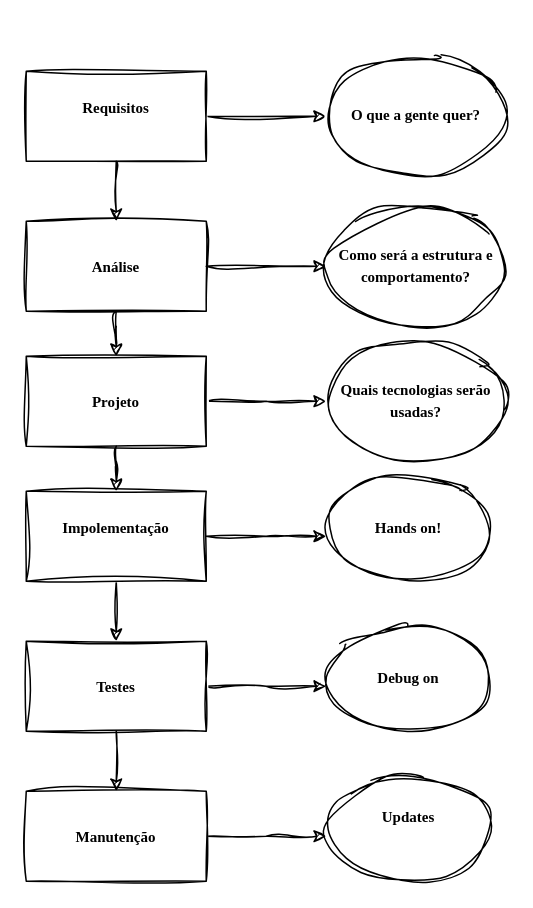
The draw.io diagram project-esp32nativesense.drawio in r0bertgabriel/ESP32NativeSense, before the edit. Source tidied: cells renumbered, new cells numbered last; positions are measured from the earlier drawing's top-left corner, leaving out a move shared by most shapes. Both pictures are drawn from the tidied source at 150%, with x=0, y=0 at pixel (26, 56).
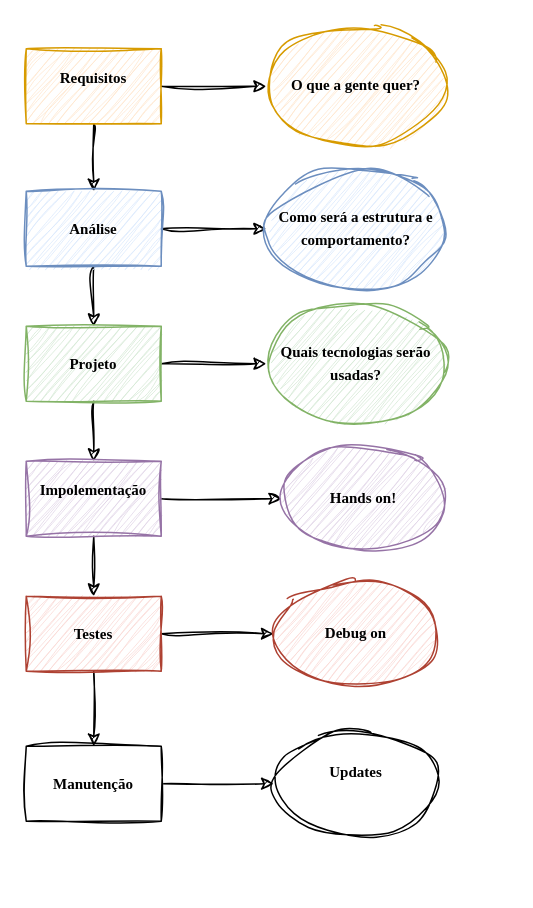
The same page after the edit.

What changed in the source:
```diff
@@
-    <mxCell id="4" value="Requisitos&lt;div&gt;&lt;br&gt;&lt;/div&gt;" style="rounded=0;whiteSpace=wrap;html=1;sketch=1;curveFitting=1;jiggle=2;labelBackgroundColor=none;fontFamily=Garamond;fontSize=10;fontStyle=1;" parent="1" vertex="1">
-      <mxGeometry y="10" width="120" height="60" as="geometry" />
+    <mxCell id="4" value="Requisitos&lt;div&gt;&lt;br&gt;&lt;/div&gt;" style="rounded=0;whiteSpace=wrap;html=1;sketch=1;curveFitting=1;jiggle=2;labelBackgroundColor=none;fontFamily=Garamond;fontSize=10;fontStyle=1;fillColor=#ffe6cc;strokeColor=#d79b00;" parent="1" vertex="1">
+      <mxGeometry y="-5" width="90" height="50" as="geometry" />
     </mxCell>
@@
-    <mxCell id="7" value="Análise" style="rounded=0;whiteSpace=wrap;html=1;sketch=1;curveFitting=1;jiggle=2;labelBackgroundColor=none;fontFamily=Garamond;fontSize=10;fontStyle=1;" parent="1" vertex="1">
-      <mxGeometry y="110" width="120" height="60" as="geometry" />
+    <mxCell id="7" value="Análise" style="rounded=0;whiteSpace=wrap;html=1;sketch=1;curveFitting=1;jiggle=2;labelBackgroundColor=none;fontFamily=Garamond;fontSize=10;fontStyle=1;fillColor=#dae8fc;strokeColor=#6c8ebf;" parent="1" vertex="1">
+      <mxGeometry y="90" width="90" height="50" as="geometry" />
     </mxCell>
@@
-    <mxCell id="9" style="edgeStyle=orthogonalEdgeStyle;rounded=0;sketch=1;hachureGap=4;jiggle=2;curveFitting=1;jettySize=auto;html=1;fontFamily=Architects Daughter;" parent="1" edge="1" source="10">
-      <mxGeometry relative="1" as="geometry">
-        <mxPoint x="200" y="230" as="targetPoint" />
-      </mxGeometry>
+    <mxCell id="9" style="edgeStyle=orthogonalEdgeStyle;rounded=0;sketch=1;hachureGap=4;jiggle=2;curveFitting=1;jettySize=auto;html=1;fontFamily=Architects Daughter;entryX=0;entryY=0.5;entryDx=0;entryDy=0;" parent="1" edge="1" source="10" target="21">
+      <mxGeometry relative="1" as="geometry" />
     </mxCell>
-    <mxCell id="10" value="Projeto" style="rounded=0;whiteSpace=wrap;html=1;sketch=1;curveFitting=1;jiggle=2;labelBackgroundColor=none;fontFamily=Garamond;fontSize=10;fontStyle=1;" parent="1" vertex="1">
-      <mxGeometry y="200" width="120" height="60" as="geometry" />
+    <mxCell id="10" value="Projeto" style="rounded=0;whiteSpace=wrap;html=1;sketch=1;curveFitting=1;jiggle=2;labelBackgroundColor=none;fontFamily=Garamond;fontSize=10;fontStyle=1;fillColor=#d5e8d4;strokeColor=#82b366;" parent="1" vertex="1">
+      <mxGeometry y="180" width="90" height="50" as="geometry" />
     </mxCell>
@@
-    <mxCell id="12" style="edgeStyle=orthogonalEdgeStyle;rounded=0;sketch=1;hachureGap=4;jiggle=2;curveFitting=1;jettySize=auto;html=1;fontFamily=Architects Daughter;" parent="1" edge="1" source="13">
-      <mxGeometry relative="1" as="geometry">
-        <mxPoint x="200" y="320" as="targetPoint" />
-      </mxGeometry>
-    </mxCell>
+    <mxCell id="25" style="edgeStyle=orthogonalEdgeStyle;rounded=0;sketch=1;hachureGap=4;jiggle=2;curveFitting=1;jettySize=auto;html=1;fontFamily=Architects Daughter;" parent="1" edge="1" source="13" target="22">
+      <mxGeometry relative="1" as="geometry" />
+    </mxCell>
-    <mxCell id="13" value="Impolementação&lt;div&gt;&lt;br&gt;&lt;/div&gt;" style="whiteSpace=wrap;html=1;fontSize=10;fontFamily=Garamond;rounded=0;sketch=1;curveFitting=1;jiggle=2;labelBackgroundColor=none;fontStyle=1;" parent="1" vertex="1">
-      <mxGeometry y="290" width="120" height="60" as="geometry" />
+    <mxCell id="13" value="Impolementação&lt;div&gt;&lt;br&gt;&lt;/div&gt;" style="whiteSpace=wrap;html=1;fontSize=10;fontFamily=Garamond;rounded=0;sketch=1;curveFitting=1;jiggle=2;labelBackgroundColor=none;fontStyle=1;fillColor=#e1d5e7;strokeColor=#9673a6;" parent="1" vertex="1">
+      <mxGeometry y="270" width="90" height="50" as="geometry" />
     </mxCell>
@@
-    <mxCell id="15" style="edgeStyle=orthogonalEdgeStyle;rounded=0;sketch=1;hachureGap=4;jiggle=2;curveFitting=1;jettySize=auto;html=1;fontFamily=Architects Daughter;" parent="1" edge="1" source="16">
-      <mxGeometry relative="1" as="geometry">
-        <mxPoint x="200" y="420" as="targetPoint" />
-      </mxGeometry>
+    <mxCell id="15" style="edgeStyle=orthogonalEdgeStyle;rounded=0;sketch=1;hachureGap=4;jiggle=2;curveFitting=1;jettySize=auto;html=1;fontFamily=Architects Daughter;entryX=0;entryY=0.5;entryDx=0;entryDy=0;" parent="1" edge="1" source="16" target="23">
+      <mxGeometry relative="1" as="geometry" />
     </mxCell>
-    <mxCell id="16" value="Testes" style="whiteSpace=wrap;html=1;fontSize=10;fontFamily=Garamond;rounded=0;sketch=1;curveFitting=1;jiggle=2;labelBackgroundColor=none;fontStyle=1;" parent="1" vertex="1">
-      <mxGeometry y="390" width="120" height="60" as="geometry" />
+    <mxCell id="16" value="Testes" style="whiteSpace=wrap;html=1;fontSize=10;fontFamily=Garamond;rounded=0;sketch=1;curveFitting=1;jiggle=2;labelBackgroundColor=none;fontStyle=1;fillColor=#fad9d5;strokeColor=#ae4132;" parent="1" vertex="1">
+      <mxGeometry y="360" width="90" height="50" as="geometry" />
     </mxCell>
-    <mxCell id="17" style="edgeStyle=orthogonalEdgeStyle;rounded=0;sketch=1;hachureGap=4;jiggle=2;curveFitting=1;jettySize=auto;html=1;fontFamily=Architects Daughter;" parent="1" edge="1" source="18">
-      <mxGeometry relative="1" as="geometry">
-        <mxPoint x="200" y="520" as="targetPoint" />
-      </mxGeometry>
+    <mxCell id="17" style="edgeStyle=orthogonalEdgeStyle;rounded=0;sketch=1;hachureGap=4;jiggle=2;curveFitting=1;jettySize=auto;html=1;fontFamily=Architects Daughter;" parent="1" edge="1" source="18" target="24">
+      <mxGeometry relative="1" as="geometry" />
     </mxCell>
     <mxCell id="18" value="Manutenção" style="whiteSpace=wrap;html=1;fontSize=10;fontFamily=Garamond;rounded=0;sketch=1;curveFitting=1;jiggle=2;labelBackgroundColor=none;fontStyle=1;" parent="1" vertex="1">
-      <mxGeometry y="490" width="120" height="60" as="geometry" />
+      <mxGeometry y="460" width="90" height="50" as="geometry" />
     </mxCell>
-    <mxCell id="19" value="&lt;span style=&quot;font-family: Garamond; font-size: 10px; font-weight: 700;&quot;&gt;O que a gente quer?&lt;/span&gt;" style="ellipse;whiteSpace=wrap;html=1;sketch=1;hachureGap=4;jiggle=2;curveFitting=1;fontFamily=Architects Daughter;shadow=0;" parent="1" vertex="1">
-      <mxGeometry x="200" width="120" height="80" as="geometry" />
+    <mxCell id="19" value="&lt;span style=&quot;font-family: Garamond; font-size: 10px; font-weight: 700;&quot;&gt;O que a gente quer?&lt;/span&gt;" style="ellipse;whiteSpace=wrap;html=1;sketch=1;hachureGap=4;jiggle=2;curveFitting=1;fontFamily=Architects Daughter;shadow=0;fillColor=#ffe6cc;strokeColor=#d79b00;" parent="1" vertex="1">
+      <mxGeometry x="160" y="-20" width="120" height="80" as="geometry" />
     </mxCell>
-    <mxCell id="20" value="&lt;span style=&quot;font-family: Garamond; font-size: 10px; font-weight: 700;&quot;&gt;Como será a estrutura e comportamento?&lt;/span&gt;" style="ellipse;whiteSpace=wrap;html=1;sketch=1;hachureGap=4;jiggle=2;curveFitting=1;fontFamily=Architects Daughter;shadow=0;" parent="1" vertex="1">
-      <mxGeometry x="200" y="100" width="120" height="80" as="geometry" />
+    <mxCell id="20" value="&lt;span style=&quot;font-family: Garamond; font-size: 10px; font-weight: 700;&quot;&gt;Como será a estrutura e comportamento?&lt;/span&gt;" style="ellipse;whiteSpace=wrap;html=1;sketch=1;hachureGap=4;jiggle=2;curveFitting=1;fontFamily=Architects Daughter;shadow=0;fillColor=#dae8fc;strokeColor=#6c8ebf;" parent="1" vertex="1">
+      <mxGeometry x="160" y="75" width="120" height="80" as="geometry" />
     </mxCell>
-    <mxCell id="21" value="&lt;span style=&quot;font-family: Garamond; font-size: 10px; font-weight: 700;&quot;&gt;Quais tecnologias serão usadas?&lt;/span&gt;" style="ellipse;whiteSpace=wrap;html=1;sketch=1;hachureGap=4;jiggle=2;curveFitting=1;fontFamily=Architects Daughter;shadow=0;" parent="1" vertex="1">
-      <mxGeometry x="200" y="190" width="120" height="80" as="geometry" />
+    <mxCell id="21" value="&lt;span style=&quot;font-family: Garamond; font-size: 10px; font-weight: 700;&quot;&gt;Quais tecnologias serão usadas?&lt;/span&gt;" style="ellipse;whiteSpace=wrap;html=1;sketch=1;hachureGap=4;jiggle=2;curveFitting=1;fontFamily=Architects Daughter;shadow=0;fillColor=#d5e8d4;strokeColor=#82b366;" parent="1" vertex="1">
+      <mxGeometry x="160" y="165" width="120" height="80" as="geometry" />
     </mxCell>
-    <mxCell id="22" value="&lt;span style=&quot;font-family: Garamond; font-size: 10px; font-weight: 700;&quot;&gt;Hands on!&lt;/span&gt;" style="ellipse;whiteSpace=wrap;html=1;sketch=1;hachureGap=4;jiggle=2;curveFitting=1;fontFamily=Architects Daughter;shadow=0;" parent="1" vertex="1">
-      <mxGeometry x="200" y="280" width="110" height="70" as="geometry" />
+    <mxCell id="22" value="&lt;span style=&quot;font-family: Garamond; font-size: 10px; font-weight: 700;&quot;&gt;Hands on!&lt;/span&gt;" style="ellipse;whiteSpace=wrap;html=1;sketch=1;hachureGap=4;jiggle=2;curveFitting=1;fontFamily=Architects Daughter;shadow=0;fillColor=#e1d5e7;strokeColor=#9673a6;" parent="1" vertex="1">
+      <mxGeometry x="170" y="260" width="110" height="70" as="geometry" />
     </mxCell>
-    <mxCell id="23" value="&lt;span style=&quot;font-family: Garamond; font-size: 10px; font-weight: 700;&quot;&gt;Debug on&lt;/span&gt;" style="ellipse;whiteSpace=wrap;html=1;sketch=1;hachureGap=4;jiggle=2;curveFitting=1;fontFamily=Architects Daughter;shadow=0;" parent="1" vertex="1">
-      <mxGeometry x="200" y="380" width="110" height="70" as="geometry" />
+    <mxCell id="23" value="&lt;span style=&quot;font-family: Garamond; font-size: 10px; font-weight: 700;&quot;&gt;Debug on&lt;/span&gt;" style="ellipse;whiteSpace=wrap;html=1;sketch=1;hachureGap=4;jiggle=2;curveFitting=1;fontFamily=Architects Daughter;shadow=0;fillColor=#fad9d5;strokeColor=#ae4132;" parent="1" vertex="1">
+      <mxGeometry x="165" y="350" width="110" height="70" as="geometry" />
     </mxCell>
     <mxCell id="24" value="&lt;div style=&quot;&quot;&gt;&lt;span style=&quot;font-family: Garamond; font-size: 10px; font-weight: 700; background-color: initial;&quot;&gt;Updates&lt;/span&gt;&lt;/div&gt;&lt;div style=&quot;&quot;&gt;&lt;span style=&quot;font-family: Garamond; font-size: 10px; font-weight: 700;&quot;&gt;&lt;br&gt;&lt;/span&gt;&lt;/div&gt;" style="ellipse;whiteSpace=wrap;html=1;sketch=1;hachureGap=4;jiggle=2;curveFitting=1;fontFamily=Architects Daughter;shadow=0;" parent="1" vertex="1">
-      <mxGeometry x="200" y="480" width="110" height="70" as="geometry" />
+      <mxGeometry x="165" y="450" width="110" height="70" as="geometry" />
     </mxCell>
+    <mxCell id="26" style="edgeStyle=orthogonalEdgeStyle;rounded=0;sketch=1;hachureGap=4;jiggle=2;curveFitting=1;orthogonalLoop=1;jettySize=auto;html=1;exitX=0.5;exitY=1;exitDx=0;exitDy=0;fontFamily=Architects Daughter;" parent="1" edge="1" source="10" target="10">
+      <mxGeometry relative="1" as="geometry" />
+    </mxCell>
```
